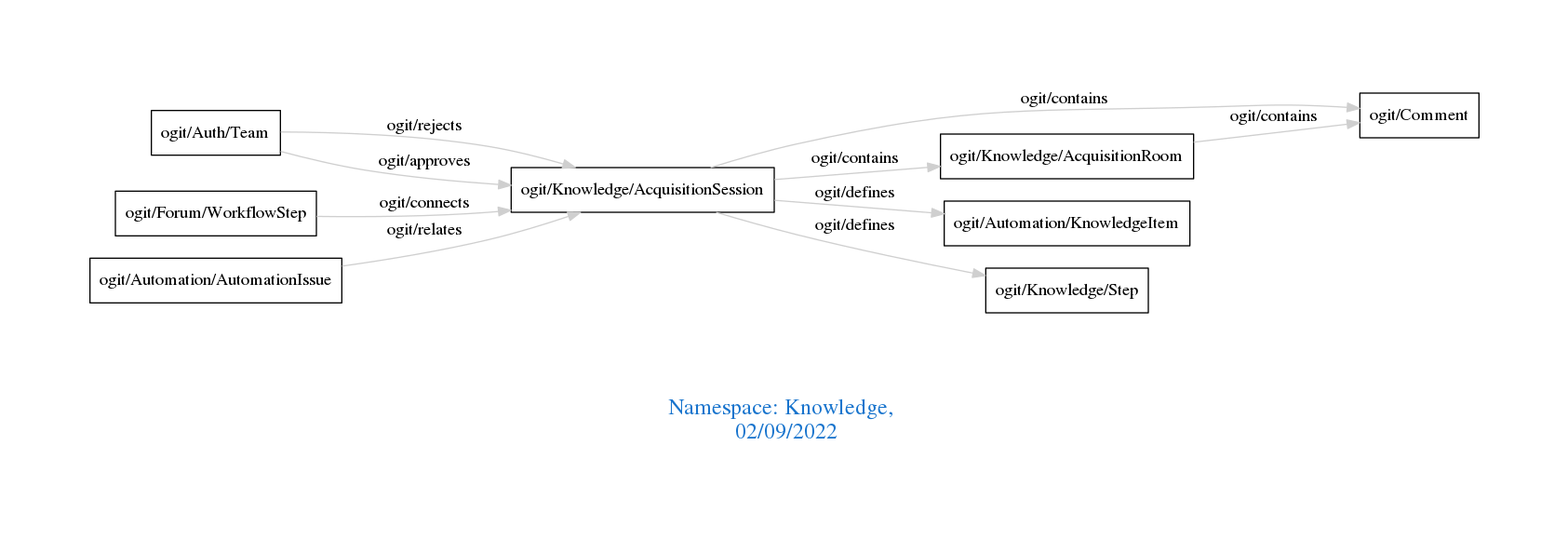
Before: downloads/Knowledge.png, a diagram exported from Graphviz (arago/OGIT). Its source is kept beside it as downloads/Knowledge.dot.
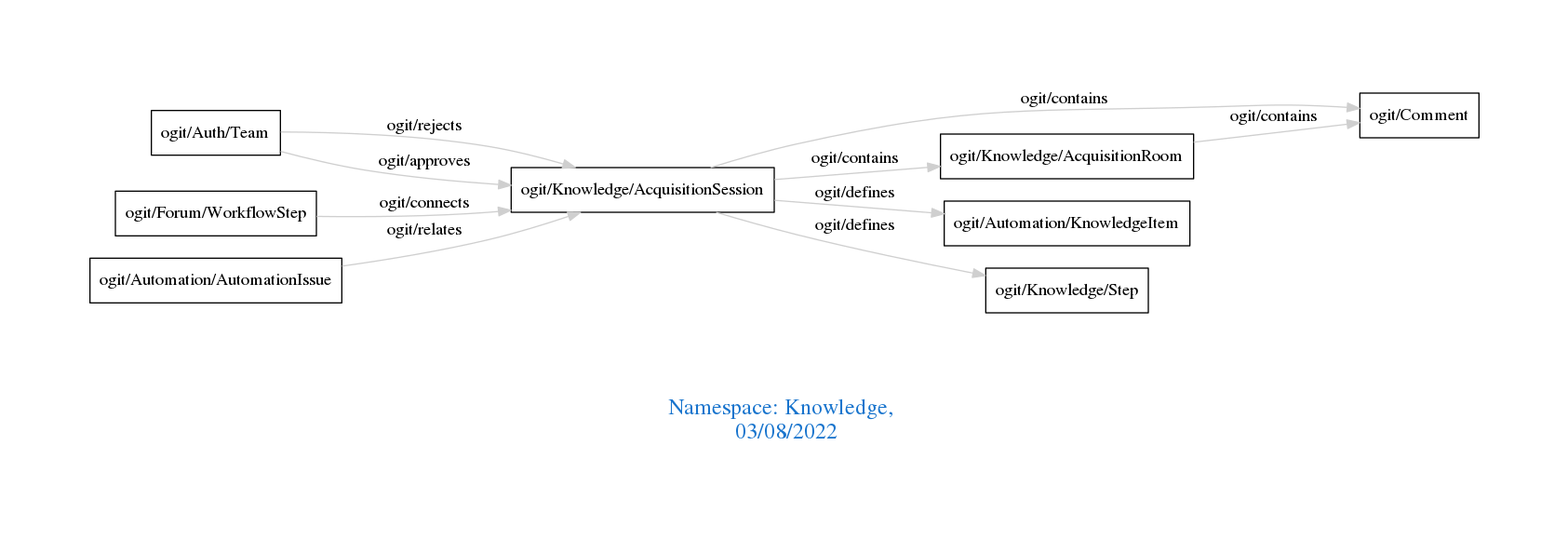
After the commit.

Change to the diagram source:
```diff
@@ -1,7 +1,7 @@
 digraph OGIT_ontology {
  graph [ rankdir= LR,pad=1
 fontsize = 18,
-fontcolor= dodgerblue3,label = "\n\n\nNamespace: Knowledge, \n 02/09/2022"];
+fontcolor= dodgerblue3,label = "\n\n\nNamespace: Knowledge, \n 03/08/2022"];
 node[shape=polygon];
 edge [  color="gray81"];
 
```
